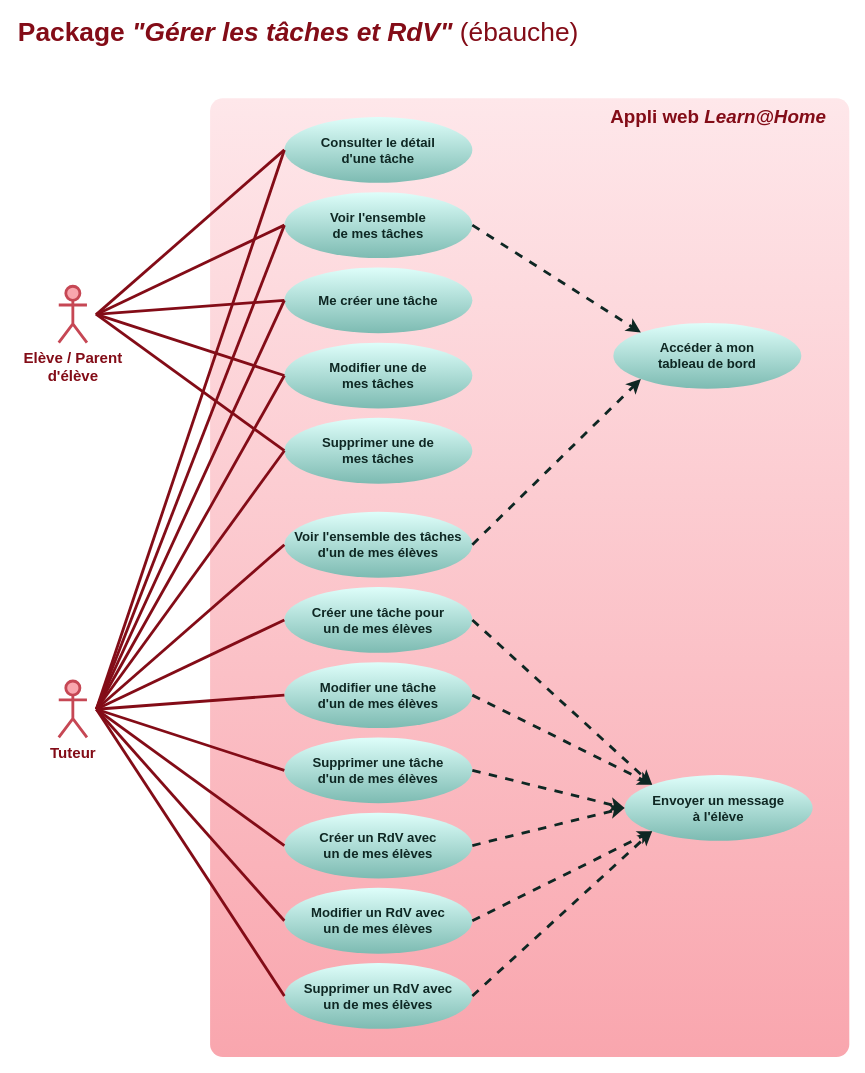
The draw.io diagram doc/use-cases-manage-tasks.drawio in logic-fabric/LoicMangin_10_01052021, before the edit. Source tidied: cells renumbered, new cells numbered last; positions are measured from the earlier drawing's top-left corner, leaving out a move shared by most shapes. Both pictures are drawn from the tidied source at 94%, with x=0, y=0 at pixel (16, 23).
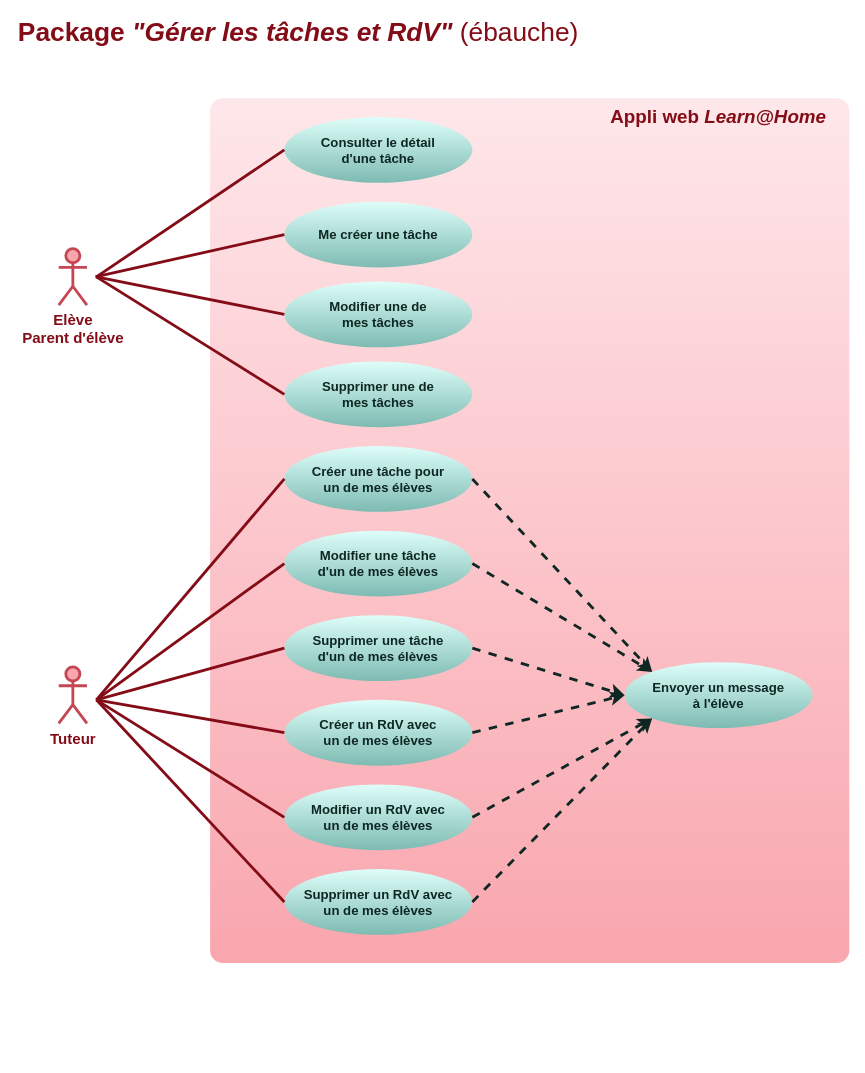
Above is the later version.

Commit message (it also covers changes not shown here):
doc: simplify use-case-manage-tasks diagram

Unchanged cells that the change refers to:
```xml
<mxCell id="7" value="&lt;font style=&quot;font-size: 14px&quot;&gt;&lt;b&gt;&lt;font style=&quot;font-size: 14px&quot;&gt;Consulter le détail&lt;br&gt;&lt;/font&gt;d'une tâche&lt;br&gt;&lt;/b&gt;&lt;/font&gt;" style="ellipse;whiteSpace=wrap;html=1;rounded=1;strokeWidth=3;fontColor=#0e2723;strokeColor=none;fillColor=#defefa;gradientColor=#7dbbb2;" parent="1" vertex="1">
  <mxGeometry x="285" y="100" width="200" height="70" as="geometry" />
</mxCell>
```

Change to the diagram source:
```diff
@@
-    <mxCell id="2" value="&lt;font style=&quot;font-size: 16px&quot;&gt;Elève / Parent &lt;br&gt;d'élève&lt;/font&gt;" style="shape=umlActor;verticalLabelPosition=bottom;verticalAlign=top;html=1;strokeWidth=3;strokeColor=#C64754;fillColor=#f9a6ae;fontColor=#830C17;fontStyle=1;" parent="1" vertex="1">
-      <mxGeometry x="45" y="280" width="30" height="60" as="geometry" />
+    <mxCell id="2" value="&lt;font style=&quot;font-size: 16px&quot;&gt;Elève&lt;br&gt;Parent d'élève&lt;/font&gt;" style="shape=umlActor;verticalLabelPosition=bottom;verticalAlign=top;html=1;strokeWidth=3;strokeColor=#C64754;fillColor=#f9a6ae;fontColor=#830C17;fontStyle=1;" parent="1" vertex="1">
+      <mxGeometry x="45" y="240" width="30" height="60" as="geometry" />
     </mxCell>
@@
     <mxCell id="4" style="rounded=1;whiteSpace=wrap;html=1;fontColor=#660000;strokeWidth=3;strokeColor=none;fillColor=#F9A6AE;gradientColor=#fee7ea;gradientDirection=north;arcSize=2;" parent="1" vertex="1">
-      <mxGeometry x="206" y="80" width="680" height="1020" as="geometry" />
+      <mxGeometry x="206" y="80" width="680" height="920" as="geometry" />
     </mxCell>
     <mxCell id="5" value="&lt;font style=&quot;font-size: 16px&quot;&gt;Tuteur&lt;br&gt;&lt;/font&gt;" style="shape=umlActor;verticalLabelPosition=bottom;verticalAlign=top;html=1;strokeWidth=3;strokeColor=#C64754;fillColor=#f9a6ae;fontColor=#830C17;fontStyle=1;" parent="1" vertex="1">
-      <mxGeometry x="45" y="700" width="30" height="60" as="geometry" />
+      <mxGeometry x="45" y="685" width="30" height="60" as="geometry" />
     </mxCell>
@@
     <mxCell id="8" style="endArrow=none;html=1;fontColor=#0e2723;strokeWidth=3;strokeColor=#830C17;exitX=0;exitY=0.5;exitDx=0;exitDy=0;" parent="1" edge="1" source="7">
       <mxGeometry relative="1" as="geometry">
-        <mxPoint x="85" y="310" as="targetPoint" />
+        <mxPoint x="85" y="270" as="targetPoint" />
       </mxGeometry>
     </mxCell>
-    <mxCell id="9" style="endArrow=none;html=1;fontColor=#0e2723;strokeWidth=3;strokeColor=#830C17;exitX=0;exitY=0.5;exitDx=0;exitDy=0;" parent="1" edge="1" source="7">
-      <mxGeometry relative="1" as="geometry">
-        <mxPoint x="85" y="730" as="targetPoint" />
-      </mxGeometry>
-    </mxCell>
     <mxCell id="10" value="&lt;font style=&quot;font-size: 14px&quot;&gt;&lt;b&gt;Me créer une tâche&lt;br&gt;&lt;/b&gt;&lt;/font&gt;" style="ellipse;whiteSpace=wrap;html=1;rounded=1;strokeWidth=3;fontColor=#0e2723;strokeColor=none;fillColor=#defefa;gradientColor=#7dbbb2;" parent="1" vertex="1">
-      <mxGeometry x="285" y="260" width="200" height="70" as="geometry" />
+      <mxGeometry x="285" y="190" width="200" height="70" as="geometry" />
     </mxCell>
     <mxCell id="11" style="endArrow=none;html=1;fontColor=#0e2723;strokeWidth=3;strokeColor=#830C17;exitX=0;exitY=0.5;exitDx=0;exitDy=0;" parent="1" edge="1" source="10">
       <mxGeometry relative="1" as="geometry">
-        <mxPoint x="84" y="310" as="targetPoint" />
+        <mxPoint x="84" y="270" as="targetPoint" />
       </mxGeometry>
     </mxCell>
-    <mxCell id="12" style="endArrow=none;html=1;fontColor=#0e2723;strokeWidth=3;strokeColor=#830C17;exitX=0;exitY=0.5;exitDx=0;exitDy=0;" parent="1" edge="1" source="10">
-      <mxGeometry relative="1" as="geometry">
-        <mxPoint x="85" y="730" as="targetPoint" />
-      </mxGeometry>
-    </mxCell>
-    <mxCell id="13" value="&lt;font style=&quot;font-size: 14px&quot;&gt;&lt;b&gt;Voir l'ensemble&lt;br&gt;de mes tâches&lt;/b&gt;&lt;b&gt;&lt;br&gt;&lt;/b&gt;&lt;/font&gt;" style="ellipse;whiteSpace=wrap;html=1;rounded=1;strokeWidth=3;fontColor=#0e2723;strokeColor=none;fillColor=#defefa;gradientColor=#7dbbb2;" parent="1" vertex="1">
-      <mxGeometry x="285" y="180" width="200" height="70" as="geometry" />
-    </mxCell>
-    <mxCell id="14" value="&lt;font style=&quot;font-size: 14px&quot;&gt;&lt;b&gt;Voir l'ensemble des tâches d'un de mes élèves&lt;br&gt;&lt;/b&gt;&lt;/font&gt;" style="ellipse;whiteSpace=wrap;html=1;rounded=1;strokeWidth=3;fontColor=#0e2723;strokeColor=none;fillColor=#defefa;gradientColor=#7dbbb2;" parent="1" vertex="1">
-      <mxGeometry x="285" y="520" width="200" height="70" as="geometry" />
-    </mxCell>
     <mxCell id="15" value="&lt;font style=&quot;font-size: 14px&quot;&gt;&lt;b&gt;Modifier une de&lt;br&gt;mes tâches&lt;br&gt;&lt;/b&gt;&lt;/font&gt;" style="ellipse;whiteSpace=wrap;html=1;rounded=1;strokeWidth=3;fontColor=#0e2723;strokeColor=none;fillColor=#defefa;gradientColor=#7dbbb2;" parent="1" vertex="1">
-      <mxGeometry x="285" y="340" width="200" height="70" as="geometry" />
+      <mxGeometry x="285" y="275" width="200" height="70" as="geometry" />
     </mxCell>
     <mxCell id="16" value="&lt;font style=&quot;font-size: 14px&quot;&gt;&lt;b&gt;Modifier une tâche&lt;br&gt;d'un de mes élèves&lt;br&gt;&lt;/b&gt;&lt;/font&gt;" style="ellipse;whiteSpace=wrap;html=1;rounded=1;strokeWidth=3;fontColor=#0e2723;strokeColor=none;fillColor=#defefa;gradientColor=#7dbbb2;" parent="1" vertex="1">
-      <mxGeometry x="285" y="680" width="200" height="70" as="geometry" />
+      <mxGeometry x="285" y="540" width="200" height="70" as="geometry" />
     </mxCell>
-    <mxCell id="17" value="&lt;font style=&quot;font-size: 14px&quot;&gt;&lt;b&gt;Accéder à mon&lt;br&gt;tableau de bord&lt;br&gt;&lt;/b&gt;&lt;/font&gt;" style="ellipse;whiteSpace=wrap;html=1;rounded=1;strokeWidth=3;fontColor=#0e2723;strokeColor=none;fillColor=#defefa;gradientColor=#7dbbb2;" parent="1" vertex="1">
-      <mxGeometry x="635" y="319" width="200" height="70" as="geometry" />
-    </mxCell>
     <mxCell id="18" value="&lt;font style=&quot;font-size: 14px&quot;&gt;&lt;b&gt;Supprimer une de &lt;br&gt;mes tâches&lt;br&gt;&lt;/b&gt;&lt;/font&gt;" style="ellipse;whiteSpace=wrap;html=1;rounded=1;strokeWidth=3;fontColor=#0e2723;strokeColor=none;fillColor=#defefa;gradientColor=#7dbbb2;" parent="1" vertex="1">
-      <mxGeometry x="285" y="420" width="200" height="70" as="geometry" />
+      <mxGeometry x="285" y="360" width="200" height="70" as="geometry" />
     </mxCell>
     <mxCell id="19" value="&lt;font style=&quot;font-size: 14px&quot;&gt;&lt;b&gt;Supprimer une tâche&lt;br&gt;d'un de mes élèves&lt;br&gt;&lt;/b&gt;&lt;/font&gt;" style="ellipse;whiteSpace=wrap;html=1;rounded=1;strokeWidth=3;fontColor=#0e2723;strokeColor=none;fillColor=#defefa;gradientColor=#7dbbb2;" parent="1" vertex="1">
-      <mxGeometry x="285" y="760" width="200" height="70" as="geometry" />
+      <mxGeometry x="285" y="630" width="200" height="70" as="geometry" />
     </mxCell>
     <mxCell id="20" value="&lt;font style=&quot;font-size: 14px&quot;&gt;&lt;b&gt;Créer une tâche pour &lt;br&gt;un de mes élèves&lt;br&gt;&lt;/b&gt;&lt;/font&gt;" style="ellipse;whiteSpace=wrap;html=1;rounded=1;strokeWidth=3;fontColor=#0e2723;strokeColor=none;fillColor=#defefa;gradientColor=#7dbbb2;" parent="1" vertex="1">
-      <mxGeometry x="285" y="600" width="200" height="70" as="geometry" />
+      <mxGeometry x="285" y="450" width="200" height="70" as="geometry" />
     </mxCell>
     <mxCell id="21" value="&lt;font style=&quot;font-size: 14px&quot;&gt;&lt;b&gt;Créer un RdV avec&lt;br&gt;un de mes élèves&lt;br&gt;&lt;/b&gt;&lt;/font&gt;" style="ellipse;whiteSpace=wrap;html=1;rounded=1;strokeWidth=3;fontColor=#0e2723;strokeColor=none;fillColor=#defefa;gradientColor=#7dbbb2;" parent="1" vertex="1">
-      <mxGeometry x="285" y="840" width="200" height="70" as="geometry" />
+      <mxGeometry x="285" y="720" width="200" height="70" as="geometry" />
     </mxCell>
     <mxCell id="22" value="&lt;font style=&quot;font-size: 14px&quot;&gt;&lt;b&gt;Modifier un RdV avec&lt;br&gt;un de mes élèves&lt;br&gt;&lt;/b&gt;&lt;/font&gt;" style="ellipse;whiteSpace=wrap;html=1;rounded=1;strokeWidth=3;fontColor=#0e2723;strokeColor=none;fillColor=#defefa;gradientColor=#7dbbb2;" parent="1" vertex="1">
-      <mxGeometry x="285" y="920" width="200" height="70" as="geometry" />
+      <mxGeometry x="285" y="810" width="200" height="70" as="geometry" />
     </mxCell>
     <mxCell id="23" value="&lt;font style=&quot;font-size: 14px&quot;&gt;&lt;b&gt;Supprimer un RdV avec&lt;br&gt;un de mes élèves&lt;br&gt;&lt;/b&gt;&lt;/font&gt;" style="ellipse;whiteSpace=wrap;html=1;rounded=1;strokeWidth=3;fontColor=#0e2723;strokeColor=none;fillColor=#defefa;gradientColor=#7dbbb2;" parent="1" vertex="1">
-      <mxGeometry x="285" y="1000" width="200" height="70" as="geometry" />
+      <mxGeometry x="285" y="900" width="200" height="70" as="geometry" />
     </mxCell>
     <mxCell id="24" value="&lt;font style=&quot;font-size: 14px&quot;&gt;&lt;b&gt;Envoyer un message&lt;br&gt;à l'élève&lt;br&gt;&lt;/b&gt;&lt;/font&gt;" style="ellipse;whiteSpace=wrap;html=1;rounded=1;strokeWidth=3;fontColor=#0e2723;strokeColor=none;fillColor=#defefa;gradientColor=#7dbbb2;" parent="1" vertex="1">
-      <mxGeometry x="647" y="800" width="200" height="70" as="geometry" />
+      <mxGeometry x="647" y="680" width="200" height="70" as="geometry" />
     </mxCell>
-    <mxCell id="25" style="endArrow=none;html=1;fontColor=#0e2723;strokeWidth=3;strokeColor=#830C17;exitX=0;exitY=0.5;exitDx=0;exitDy=0;" parent="1" edge="1" source="13">
-      <mxGeometry relative="1" as="geometry">
-        <mxPoint x="85" y="310" as="targetPoint" />
-      </mxGeometry>
-    </mxCell>
     <mxCell id="26" style="endArrow=none;html=1;fontColor=#0e2723;strokeWidth=3;strokeColor=#830C17;exitX=0;exitY=0.5;exitDx=0;exitDy=0;" parent="1" edge="1" source="15">
       <mxGeometry relative="1" as="geometry">
-        <mxPoint x="85" y="310" as="targetPoint" />
+        <mxPoint x="85" y="270" as="targetPoint" />
       </mxGeometry>
     </mxCell>
     <mxCell id="27" style="endArrow=none;html=1;fontColor=#0e2723;strokeWidth=3;strokeColor=#830C17;exitX=0;exitY=0.5;exitDx=0;exitDy=0;" parent="1" edge="1" source="18">
       <mxGeometry relative="1" as="geometry">
-        <mxPoint x="85" y="310" as="targetPoint" />
+        <mxPoint x="85" y="270" as="targetPoint" />
       </mxGeometry>
     </mxCell>
-    <mxCell id="28" style="endArrow=none;html=1;fontColor=#0e2723;strokeWidth=3;strokeColor=#830C17;exitX=0;exitY=0.5;exitDx=0;exitDy=0;" parent="1" edge="1" source="13">
-      <mxGeometry relative="1" as="geometry">
-        <mxPoint x="85" y="730" as="targetPoint" />
-      </mxGeometry>
-    </mxCell>
-    <mxCell id="29" style="endArrow=none;html=1;fontColor=#0e2723;strokeWidth=3;strokeColor=#830C17;exitX=0;exitY=0.5;exitDx=0;exitDy=0;" parent="1" edge="1" source="15">
-      <mxGeometry relative="1" as="geometry">
-        <mxPoint x="85" y="730" as="targetPoint" />
-      </mxGeometry>
-    </mxCell>
-    <mxCell id="30" style="endArrow=none;html=1;fontColor=#0e2723;strokeWidth=3;strokeColor=#830C17;exitX=0;exitY=0.5;exitDx=0;exitDy=0;" parent="1" edge="1" source="18">
-      <mxGeometry relative="1" as="geometry">
-        <mxPoint x="85" y="730" as="targetPoint" />
-      </mxGeometry>
-    </mxCell>
-    <mxCell id="31" style="endArrow=none;html=1;fontColor=#0e2723;strokeWidth=3;strokeColor=#830C17;exitX=0;exitY=0.5;exitDx=0;exitDy=0;" parent="1" edge="1" source="14">
-      <mxGeometry relative="1" as="geometry">
-        <mxPoint x="85" y="730" as="targetPoint" />
-      </mxGeometry>
-    </mxCell>
     <mxCell id="32" style="endArrow=none;html=1;fontColor=#0e2723;strokeWidth=3;strokeColor=#830C17;exitX=0;exitY=0.5;exitDx=0;exitDy=0;" parent="1" edge="1" source="20">
       <mxGeometry relative="1" as="geometry">
-        <mxPoint x="85" y="730" as="targetPoint" />
+        <mxPoint x="85" y="720" as="targetPoint" />
       </mxGeometry>
     </mxCell>
     <mxCell id="33" style="endArrow=none;html=1;fontColor=#0e2723;strokeWidth=3;strokeColor=#830C17;exitX=0;exitY=0.5;exitDx=0;exitDy=0;" parent="1" edge="1" source="16">
       <mxGeometry relative="1" as="geometry">
-        <mxPoint x="85" y="730" as="targetPoint" />
+        <mxPoint x="85" y="720" as="targetPoint" />
       </mxGeometry>
     </mxCell>
     <mxCell id="34" style="endArrow=none;html=1;fontColor=#0e2723;strokeWidth=3;strokeColor=#830C17;exitX=0;exitY=0.5;exitDx=0;exitDy=0;" parent="1" edge="1" source="19">
       <mxGeometry relative="1" as="geometry">
-        <mxPoint x="85" y="730" as="targetPoint" />
+        <mxPoint x="85" y="720" as="targetPoint" />
       </mxGeometry>
     </mxCell>
     <mxCell id="35" style="endArrow=none;html=1;fontColor=#0e2723;strokeWidth=3;strokeColor=#830C17;exitX=0;exitY=0.5;exitDx=0;exitDy=0;" parent="1" edge="1" source="21">
       <mxGeometry relative="1" as="geometry">
-        <mxPoint x="85" y="730" as="targetPoint" />
+        <mxPoint x="85" y="720" as="targetPoint" />
       </mxGeometry>
     </mxCell>
     <mxCell id="36" style="endArrow=none;html=1;fontColor=#0e2723;strokeWidth=3;strokeColor=#830C17;exitX=0;exitY=0.5;exitDx=0;exitDy=0;" parent="1" edge="1" source="22">
       <mxGeometry relative="1" as="geometry">
-        <mxPoint x="85" y="730" as="targetPoint" />
+        <mxPoint x="85" y="720" as="targetPoint" />
       </mxGeometry>
     </mxCell>
     <mxCell id="37" style="endArrow=none;html=1;fontColor=#0e2723;strokeWidth=3;strokeColor=#830C17;exitX=0;exitY=0.5;exitDx=0;exitDy=0;" parent="1" edge="1" source="23">
       <mxGeometry relative="1" as="geometry">
-        <mxPoint x="85" y="730" as="targetPoint" />
+        <mxPoint x="85" y="720" as="targetPoint" />
       </mxGeometry>
     </mxCell>
-    <mxCell id="38" style="endArrow=classic;html=1;fontColor=#0e2723;strokeColor=#0E2723;strokeWidth=3;exitX=1;exitY=0.5;exitDx=0;exitDy=0;dashed=1;entryX=0;entryY=0;entryDx=0;entryDy=0;" parent="1" edge="1" source="13" target="17">
-      <mxGeometry relative="1" as="geometry" />
-    </mxCell>
-    <mxCell id="39" style="endArrow=classic;html=1;fontColor=#0e2723;strokeColor=#0E2723;strokeWidth=3;exitX=1;exitY=0.5;exitDx=0;exitDy=0;dashed=1;entryX=0;entryY=1;entryDx=0;entryDy=0;" parent="1" edge="1" source="14" target="17">
-      <mxGeometry relative="1" as="geometry" />
-    </mxCell>
```
